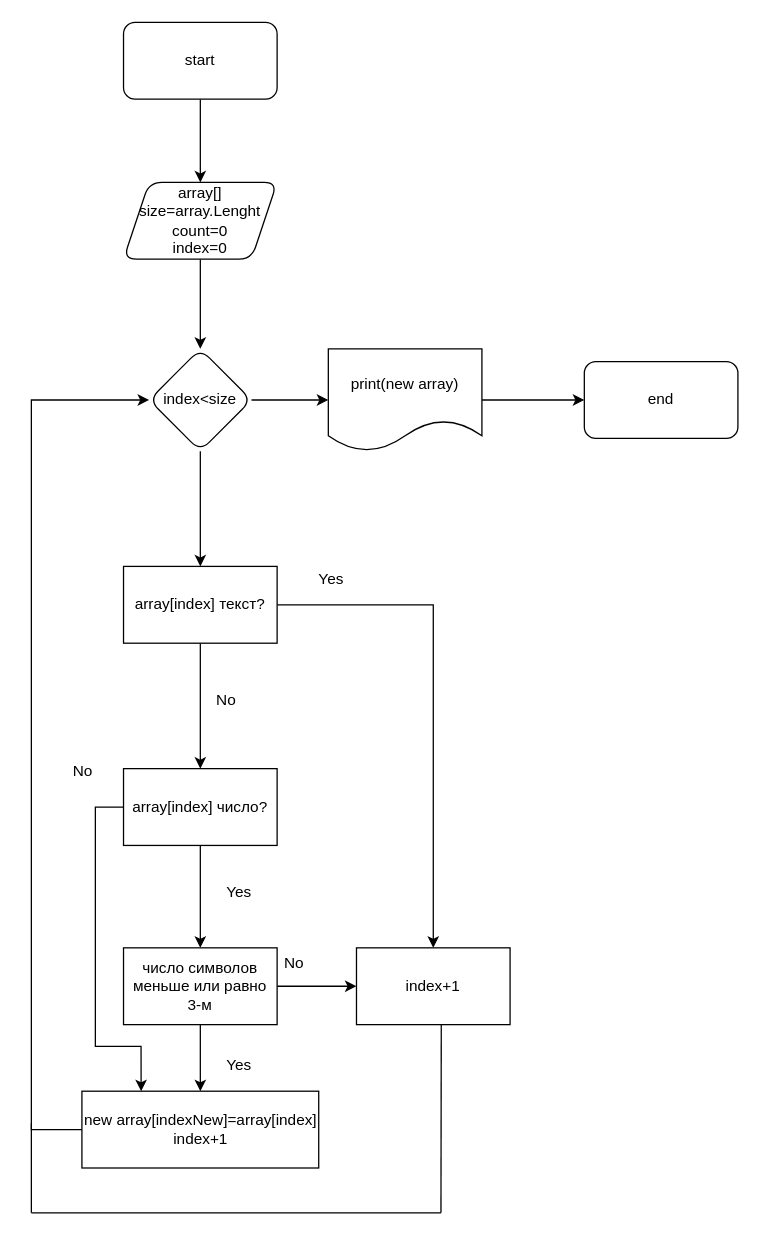
This is block diagram.drawio from SchvetsMihail/FinalWork, a draw.io file, before an edit. Source tidied: cells renumbered, new cells numbered last; positions are measured from the earlier drawing's top-left corner, leaving out a move shared by most shapes. Both pictures are drawn from the tidied source at 128%, with x=0, y=0 at pixel (31, 22).
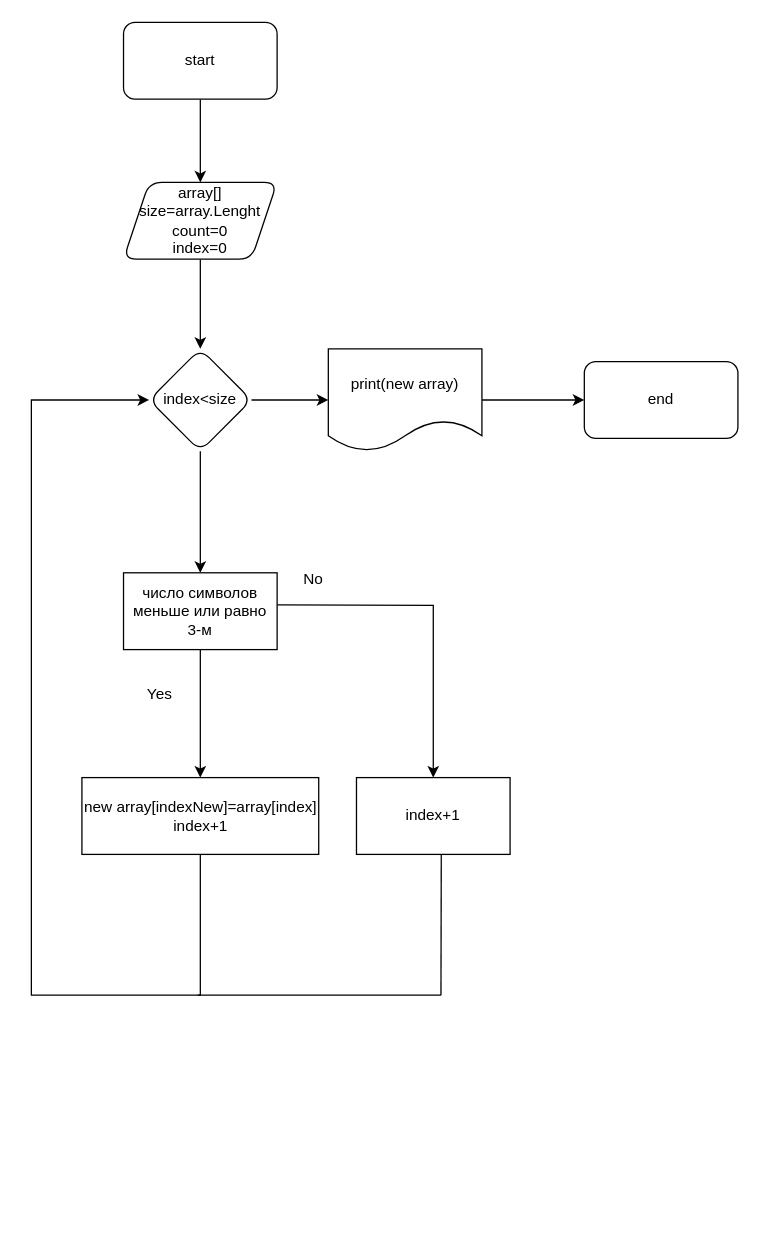
The same diagram, later.

Commit message:
Changing the flowchart

The change refers to these unchanged cells:
```xml
<mxCell id="8" value="index&amp;lt;size" style="rhombus;whiteSpace=wrap;html=1;rounded=1;" parent="1" vertex="1">
  <mxGeometry x="92" y="255" width="80" height="80" as="geometry" />
</mxCell>
```

Diff of the diagram source:
```diff
@@
-    <mxCell id="7" style="edgeStyle=orthogonalEdgeStyle;rounded=0;jettySize=auto;html=1;" parent="1" edge="1" source="8">
-      <mxGeometry relative="1" as="geometry">
-        <mxPoint x="132" y="425" as="targetPoint" />
-      </mxGeometry>
+    <mxCell id="7" style="edgeStyle=orthogonalEdgeStyle;rounded=0;jettySize=auto;html=1;" parent="1" edge="1" source="8" target="23">
+      <mxGeometry relative="1" as="geometry" />
     </mxCell>
@@
-    <mxCell id="12" style="edgeStyle=orthogonalEdgeStyle;rounded=0;jettySize=auto;html=1;" parent="1" edge="1" source="14">
-      <mxGeometry relative="1" as="geometry">
-        <mxPoint x="132" y="583" as="targetPoint" />
-      </mxGeometry>
-    </mxCell>
-    <mxCell id="13" style="edgeStyle=orthogonalEdgeStyle;rounded=0;jettySize=auto;html=1;" parent="1" edge="1" source="14" target="25">
-      <mxGeometry relative="1" as="geometry" />
+    <mxCell id="13" style="edgeStyle=orthogonalEdgeStyle;rounded=0;jettySize=auto;html=1;" parent="1" edge="1" target="25">
+      <mxGeometry relative="1" as="geometry">
+        <mxPoint x="192" y="455" as="sourcePoint" />
+      </mxGeometry>
     </mxCell>
-    <mxCell id="14" value="array[index] текст?" style="rounded=0;whiteSpace=wrap;html=1;" parent="1" vertex="1">
-      <mxGeometry x="72" y="425" width="120" height="60" as="geometry" />
-    </mxCell>
-    <mxCell id="15" value="No" style="text;html=1;align=center;verticalAlign=middle;strokeColor=none;fillColor=none;" parent="1" vertex="1">
-      <mxGeometry x="132" y="514.5" width="40" height="30" as="geometry" />
-    </mxCell>
     <mxCell id="16" style="edgeStyle=orthogonalEdgeStyle;rounded=0;jettySize=auto;html=1;entryX=0;entryY=0.5;entryDx=0;entryDy=0;" parent="1" edge="1" source="17" target="8">
       <mxGeometry relative="1" as="geometry">
         <Array as="points">
-          <mxPoint y="865" />
+          <mxPoint x="132" y="760" />
+          <mxPoint y="760" />
           <mxPoint y="295" />
         </Array>
       </mxGeometry>
     </mxCell>
     <mxCell id="17" value="new array[indexNew]=array[index]&lt;br&gt;index+1" style="whiteSpace=wrap;html=1;rounded=0;" parent="1" vertex="1">
-      <mxGeometry x="39.5" y="835" width="185" height="60" as="geometry" />
+      <mxGeometry x="39.5" y="590" width="185" height="60" as="geometry" />
     </mxCell>
-    <mxCell id="18" style="edgeStyle=orthogonalEdgeStyle;rounded=0;jettySize=auto;html=1;" parent="1" edge="1" source="20" target="23">
-      <mxGeometry relative="1" as="geometry" />
-    </mxCell>
-    <mxCell id="19" style="edgeStyle=orthogonalEdgeStyle;rounded=0;jettySize=auto;html=1;entryX=0.25;entryY=0;entryDx=0;entryDy=0;" parent="1" edge="1" source="20" target="17">
-      <mxGeometry relative="1" as="geometry">
-        <Array as="points">
-          <mxPoint x="50" y="613" />
-          <mxPoint x="50" y="800" />
-          <mxPoint x="86" y="800" />
-        </Array>
-      </mxGeometry>
-    </mxCell>
-    <mxCell id="20" value="array[index] число?" style="whiteSpace=wrap;html=1;rounded=0;" parent="1" vertex="1">
-      <mxGeometry x="72" y="583" width="120" height="60" as="geometry" />
-    </mxCell>
@@
-    <mxCell id="22" style="edgeStyle=orthogonalEdgeStyle;rounded=0;jettySize=auto;html=1;" parent="1" edge="1" source="23" target="25">
-      <mxGeometry relative="1" as="geometry" />
-    </mxCell>
     <mxCell id="23" value="число символов меньше или равно 3-м" style="whiteSpace=wrap;html=1;rounded=0;" parent="1" vertex="1">
-      <mxGeometry x="72" y="723" width="120" height="60" as="geometry" />
+      <mxGeometry x="72" y="430" width="120" height="60" as="geometry" />
     </mxCell>
-    <mxCell id="24" value="Yes" style="text;html=1;align=center;verticalAlign=middle;strokeColor=none;fillColor=none;" parent="1" vertex="1">
-      <mxGeometry x="142" y="665" width="40" height="30" as="geometry" />
-    </mxCell>
     <mxCell id="25" value="index+1" style="whiteSpace=wrap;html=1;rounded=0;" parent="1" vertex="1">
-      <mxGeometry x="254" y="723" width="120" height="60" as="geometry" />
+      <mxGeometry x="254" y="590" width="120" height="60" as="geometry" />
     </mxCell>
     <mxCell id="26" value="No" style="text;html=1;align=center;verticalAlign=middle;strokeColor=none;fillColor=none;" parent="1" vertex="1">
-      <mxGeometry x="20" y="570" width="40" height="30" as="geometry" />
+      <mxGeometry x="200" y="420" width="40" height="30" as="geometry" />
     </mxCell>
     <mxCell id="27" value="Yes" style="text;html=1;align=center;verticalAlign=middle;strokeColor=none;fillColor=none;" parent="1" vertex="1">
-      <mxGeometry x="214" y="420" width="40" height="30" as="geometry" />
+      <mxGeometry x="80" y="510" width="40" height="30" as="geometry" />
     </mxCell>
-    <mxCell id="28" value="Yes" style="text;html=1;align=center;verticalAlign=middle;strokeColor=none;fillColor=none;" parent="1" vertex="1">
-      <mxGeometry x="142" y="800" width="40" height="30" as="geometry" />
-    </mxCell>
-    <mxCell id="29" value="No" style="text;html=1;align=center;verticalAlign=middle;strokeColor=none;fillColor=none;" parent="1" vertex="1">
-      <mxGeometry x="184.5" y="720" width="40" height="30" as="geometry" />
-    </mxCell>
-    <mxCell id="30" style="endArrow=none;html=1;rounded=0;" parent="1" edge="1">
-      <mxGeometry relative="1" as="geometry">
-        <mxPoint y="930" as="sourcePoint" />
-        <mxPoint y="860" as="targetPoint" />
-      </mxGeometry>
-    </mxCell>
     <mxCell id="31" style="endArrow=none;html=1;rounded=0;" parent="1" edge="1">
       <mxGeometry relative="1" as="geometry">
-        <mxPoint y="930" as="sourcePoint" />
-        <mxPoint x="320" y="930" as="targetPoint" />
+        <mxPoint x="130" y="760" as="sourcePoint" />
+        <mxPoint x="320" y="760" as="targetPoint" />
       </mxGeometry>
     </mxCell>
     <mxCell id="32" style="endArrow=none;html=1;rounded=0;exitX=0.552;exitY=1.003;exitDx=0;exitDy=0;exitPerimeter=0;" parent="1" edge="1" source="25">
       <mxGeometry relative="1" as="geometry">
-        <mxPoint x="320" y="930" as="targetPoint" />
+        <mxPoint x="320" y="760" as="targetPoint" />
       </mxGeometry>
     </mxCell>
```
